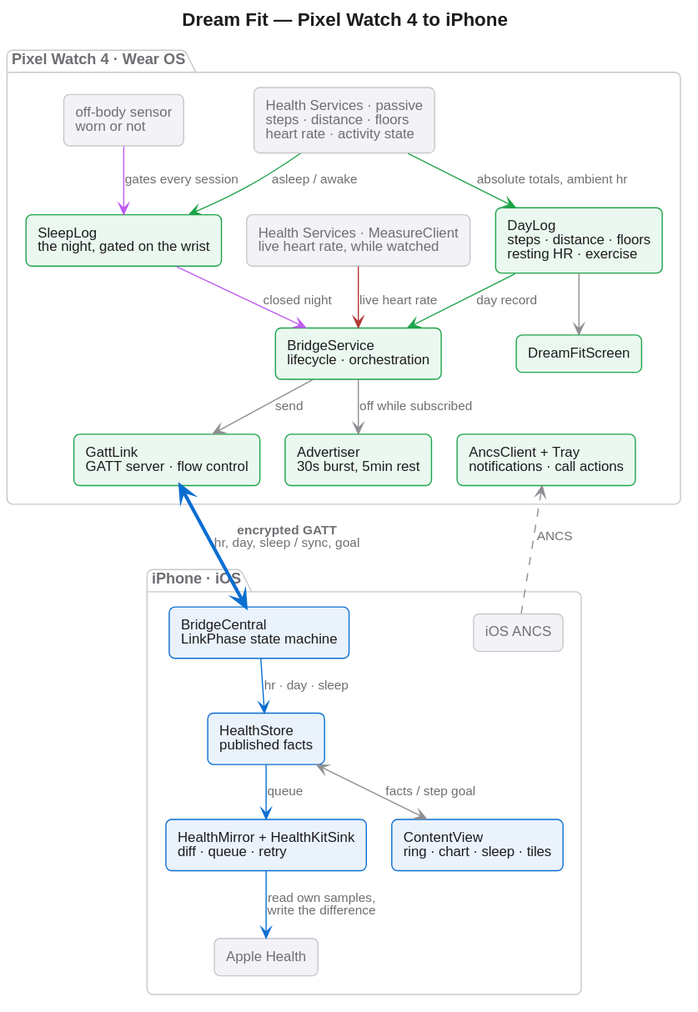
drmhse/dream-fit keeps this PlantUML diagram as docs/architecture.svg. Above is the earlier version.
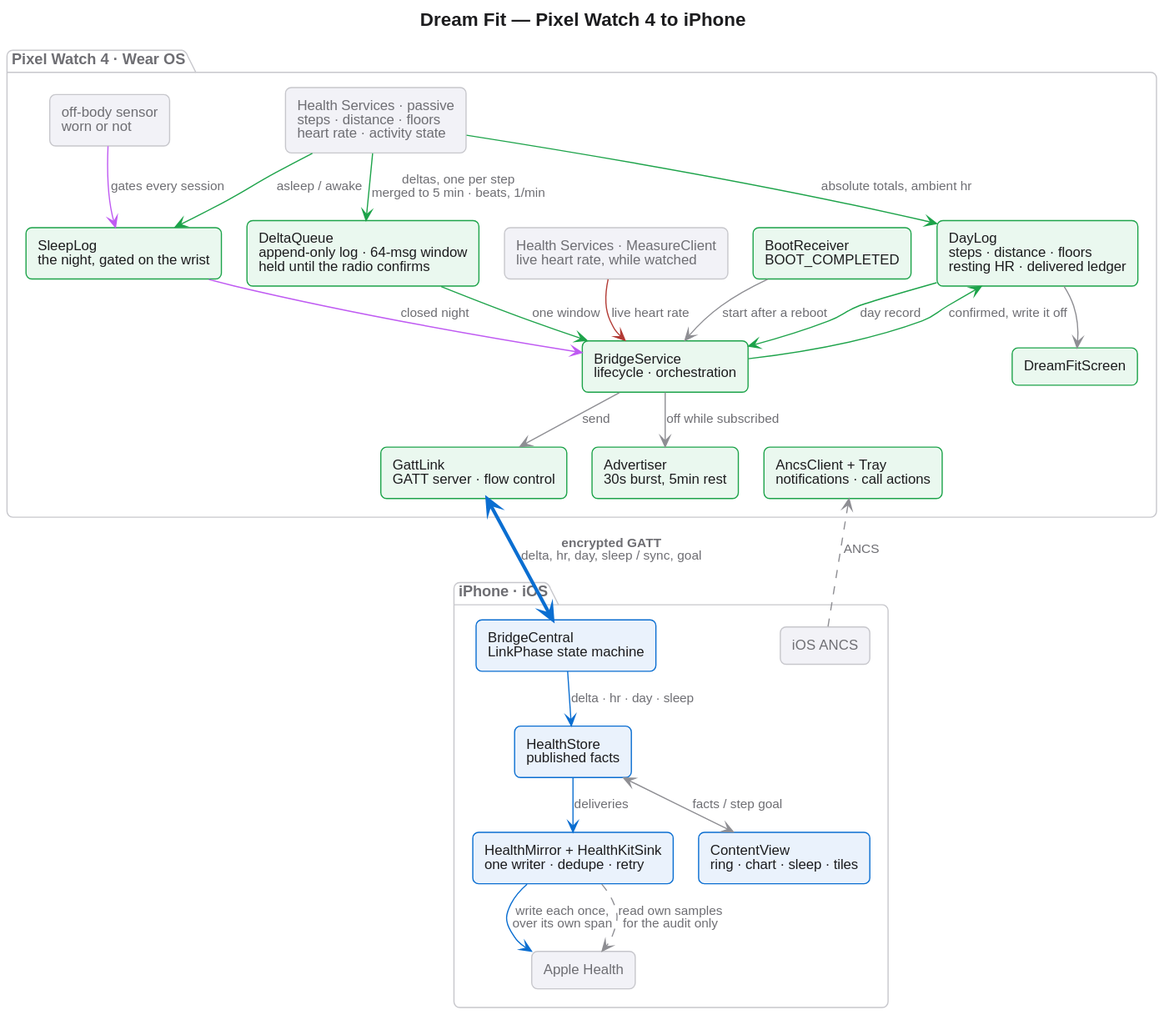
After the change.

Commit message:
Document the single writer, the belt and the boot path

What changed in the source:
```diff
@@ -10,7 +10,9 @@
   component "Health Services · passive\nsteps · distance · floors\nheart rate · activity state" as HS <<ext>>
   component "Health Services · MeasureClient\nlive heart rate, while watched" as SENS <<ext>>
   component "off-body sensor\nworn or not" as OFFBODY <<ext>>
-  component "DayLog\nsteps · distance · floors\nresting HR · exercise" as DAYLOG <<watch>>
+  component "DayLog\nsteps · distance · floors\nresting HR · delivered ledger" as DAYLOG <<watch>>
+  component "DeltaQueue\nappend-only log · 64-msg window\nheld until the radio confirms" as DQ <<watch>>
+  component "BootReceiver\nBOOT_COMPLETED" as BOOT <<watch>>
   component "SleepLog\nthe night, gated on the wrist" as SLEEPLOG <<watch>>
   component "BridgeService\nlifecycle · orchestration" as SVC <<watch>>
   component "GattLink\nGATT server · flow control" as LINK <<watch>>
@@ -19,10 +21,14 @@
   component "DreamFitScreen" as WUI <<watch>>
 
   HS -[#1DA34A]-> DAYLOG : absolute totals, ambient hr
+  HS -[#1DA34A]-> DQ : deltas, one per step\nmerged to 5 min · beats, 1/min
   HS -[#1DA34A]-> SLEEPLOG : asleep / awake
+  BOOT -[#8E8E93]-> SVC : start after a reboot
   OFFBODY -[#BF5AF2]-> SLEEPLOG : gates every session
   SENS -[#B23A34]-> SVC : live heart rate
   DAYLOG -[#1DA34A]-> SVC : day record
+  DQ -[#1DA34A]-> SVC : one window
+  SVC -[#1DA34A]-> DAYLOG : confirmed, write it off
   SLEEPLOG -[#BF5AF2]-> SVC : closed night
   DAYLOG -[#8E8E93]-> WUI
   SVC -[#8E8E93]-> LINK : send
@@ -32,18 +38,19 @@
 
 package "iPhone · iOS" as P {
   component "BridgeCentral\nLinkPhase state machine" as BC <<phone>>
-  component "HealthMirror + HealthKitSink\ndiff · queue · retry" as STORE <<phone>>
+  component "HealthMirror + HealthKitSink\none writer · dedupe · retry" as STORE <<phone>>
   component "HealthStore\npublished facts" as MODEL <<phone>>
   component "ContentView\nring · chart · sleep · tiles" as UI <<phone>>
   component "Apple Health" as HK <<ext>>
   component "iOS ANCS" as IOSANCS <<ext>>
 
-  BC -[#0A6ED1]-> MODEL : hr · day · sleep
-  MODEL -[#0A6ED1]-> STORE : queue
-  STORE -[#0A6ED1]-> HK : read own samples,\nwrite the difference
+  BC -[#0A6ED1]-> MODEL : delta · hr · day · sleep
+  MODEL -[#0A6ED1]-> STORE : deliveries
+  STORE -[#0A6ED1]-> HK : write each once,\nover its own span
+  STORE -[#8E8E93,dashed]-> HK : read own samples\nfor the audit only
   MODEL <-[#8E8E93]-> UI : facts / step goal
 }
 
-LINK <-[#0A6ED1,thickness=3]-> BC : **encrypted GATT**\nhr, day, sleep / sync, goal
+LINK <-[#0A6ED1,thickness=3]-> BC : **encrypted GATT**\ndelta, hr, day, sleep / sync, goal
 IOSANCS -[#8E8E93,dashed]-> TRAY : ANCS
 @enduml
```
